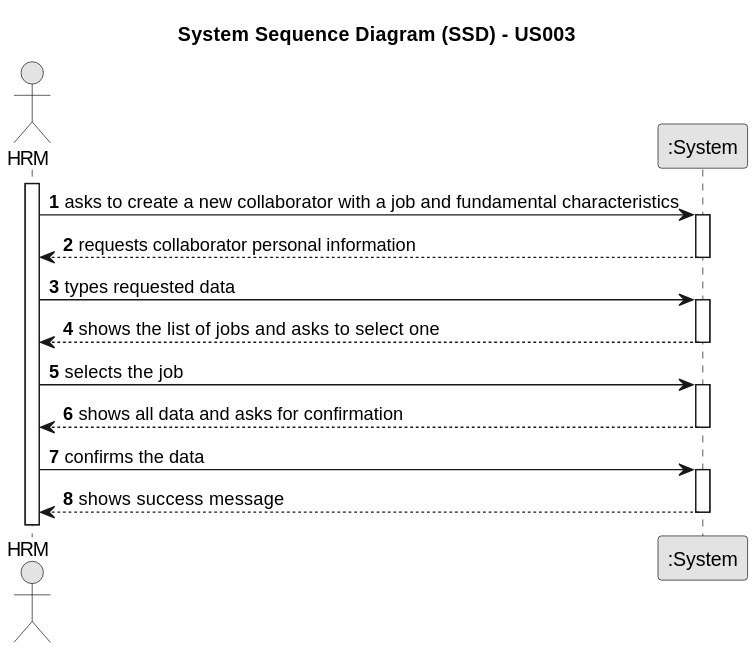
This is docs/sprintB/us003/01.requirements-engineering/svg/us003-system-sequence-diagram-alternative-one.svg from ricardomm7/leaflink, a PlantUML export, as it was before one commit. Source of this version:
```plantuml
@startuml
skinparam monochrome true
skinparam packageStyle rectangle
skinparam shadowing false

title System Sequence Diagram (SSD) - US003

autonumber

actor "HRM" as HRM
participant ":System" as System

activate HRM

    HRM -> System : asks to create a new collaborator with a job and fundamental characteristics
    activate System

        System --> HRM : requests collaborator personal information
    deactivate System

    HRM -> System : types requested data

    activate System

        System --> HRM : shows the list of jobs and asks to select one
    deactivate System

    HRM -> System : selects the job
    activate System

        System --> HRM : shows all data and asks for confirmation
    deactivate System

    HRM -> System : confirms the data
    activate System

        System --> HRM : shows success message
    deactivate System
@enduml
```
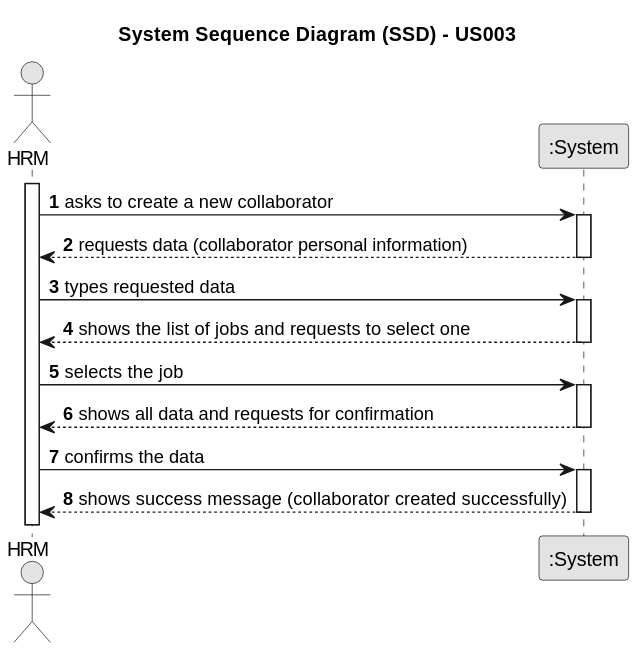
The same file after the commit.

Diff of the diagram source:
```diff
@@ -12,28 +12,28 @@
 
 activate HRM
 
-    HRM -> System : asks to create a new collaborator with a job and fundamental characteristics
+    HRM -> System : asks to create a new collaborator
     activate System
 
-        System --> HRM : requests collaborator personal information
+        System --> HRM : requests data (collaborator personal information)
     deactivate System
 
     HRM -> System : types requested data
 
     activate System
 
-        System --> HRM : shows the list of jobs and asks to select one
+        System --> HRM : shows the list of jobs and requests to select one
     deactivate System
 
     HRM -> System : selects the job
     activate System
 
-        System --> HRM : shows all data and asks for confirmation
+        System --> HRM : shows all data and requests for confirmation
     deactivate System
 
     HRM -> System : confirms the data
     activate System
 
-        System --> HRM : shows success message
+        System --> HRM : shows success message (collaborator created successfully)
     deactivate System
 @enduml
```
